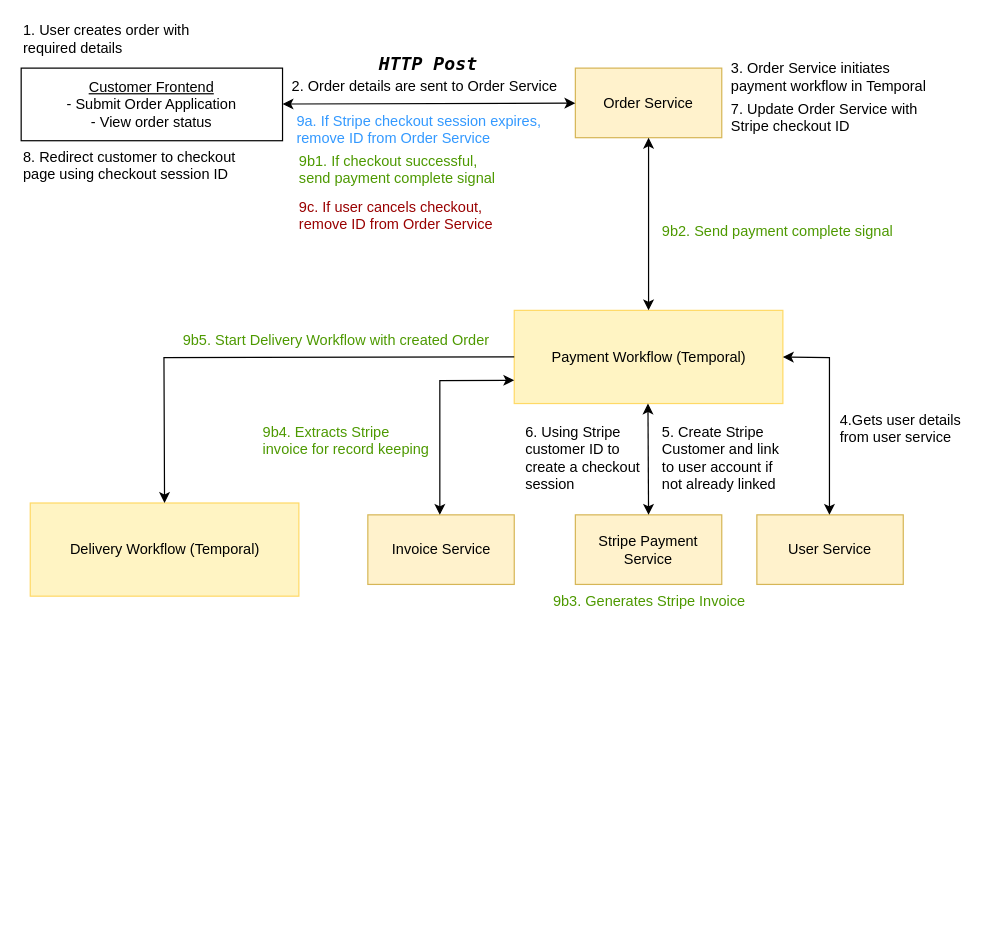
Above: page "Page-1" (1 of 2) of diagrams/Scenario1.drawio in darkliyznyanlin910/esd-2425T2 (draw.io), before the change. Source tidied: cells renumbered, new cells numbered last; positions are measured from the earlier drawing's top-left corner, leaving out a move shared by most shapes. Both pictures are drawn from the tidied source at 121%, with x=0, y=0 at pixel (21, 21).
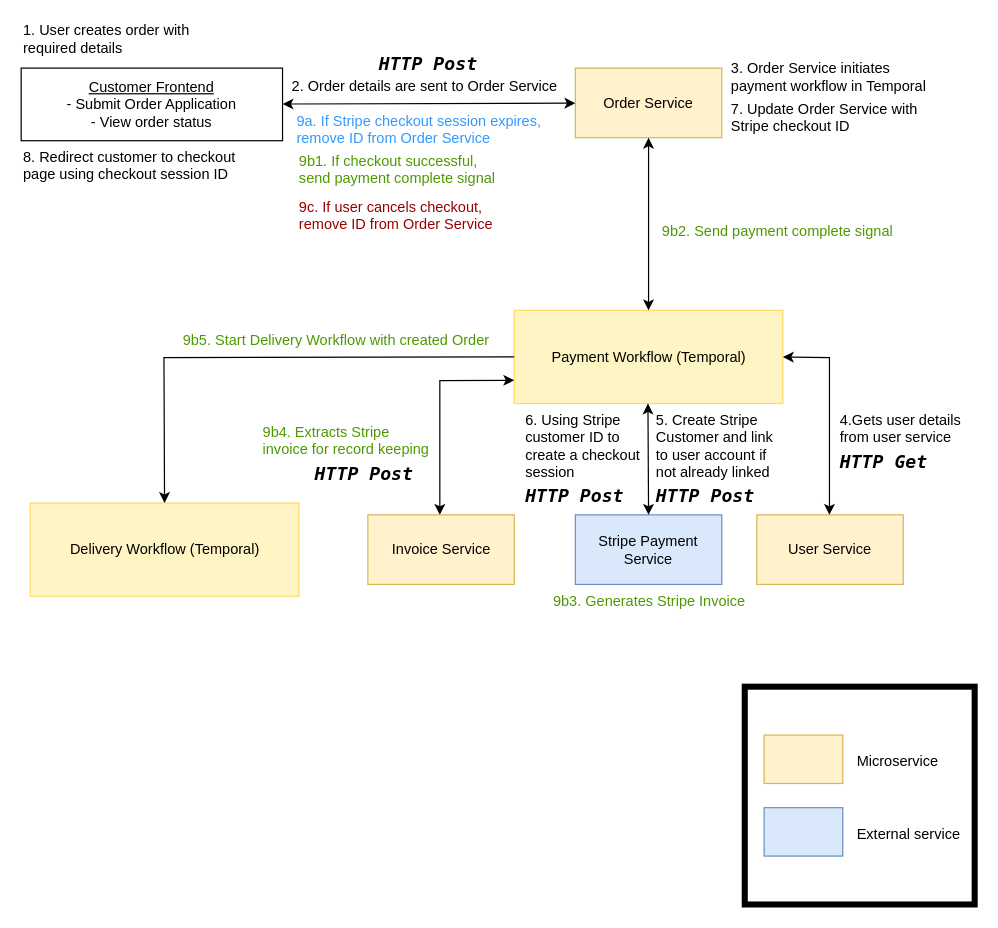
After the change.

Commit message (it also covers changes not shown here):
updated all scenarios with HTTP requests

What changed in the source:
```diff
@@
-    <mxCell id="13" value="Stripe Payment&lt;br&gt;Service" style="rounded=0;whiteSpace=wrap;html=1;fillColor=#fff2cc;strokeColor=#d6b656;" parent="1" vertex="1">
+    <mxCell id="13" value="Stripe Payment&lt;br&gt;Service" style="rounded=0;whiteSpace=wrap;html=1;fillColor=#dae8fc;strokeColor=#6c8ebf;" parent="1" vertex="1">
       <mxGeometry x="458" y="408" width="121" height="57.5" as="geometry" />
     </mxCell>
@@
     <mxCell id="15" value="6. Using Stripe customer ID to create a checkout session" style="text;whiteSpace=wrap;align=left;" parent="1" vertex="1">
-      <mxGeometry x="415" y="326" width="113" height="72" as="geometry" />
+      <mxGeometry x="415" y="316" width="113" height="72" as="geometry" />
     </mxCell>
     <mxCell id="16" value="5. Create Stripe&#10;Customer and link&#10;to user account if not already linked" style="text;whiteSpace=wrap;align=left;" parent="1" vertex="1">
-      <mxGeometry x="528" y="326" width="113" height="72" as="geometry" />
+      <mxGeometry x="523" y="316" width="113" height="72" as="geometry" />
     </mxCell>
@@
+    <mxCell id="31" value="&lt;h5&gt;&lt;font style=&quot;font-size: 15px;&quot; face=&quot;Lucida Console&quot;&gt;&lt;i&gt;HTTP Post&lt;/i&gt;&lt;/font&gt;&lt;/h5&gt;" style="text;html=1;align=left;verticalAlign=middle;whiteSpace=wrap;rounded=0;" parent="1" vertex="1">
+      <mxGeometry x="523" y="378" width="100" height="28" as="geometry" />
+    </mxCell>
+    <mxCell id="32" value="&lt;h5&gt;&lt;font style=&quot;font-size: 15px;&quot; face=&quot;Lucida Console&quot;&gt;&lt;i&gt;HTTP Get&lt;/i&gt;&lt;/font&gt;&lt;/h5&gt;" style="text;html=1;align=left;verticalAlign=middle;whiteSpace=wrap;rounded=0;" parent="1" vertex="1">
+      <mxGeometry x="675" y="350" width="100" height="28" as="geometry" />
+    </mxCell>
+    <mxCell id="33" value="&lt;h5&gt;&lt;font style=&quot;font-size: 15px;&quot; face=&quot;Lucida Console&quot;&gt;&lt;i&gt;HTTP Post&lt;/i&gt;&lt;/font&gt;&lt;/h5&gt;" style="text;html=1;align=left;verticalAlign=middle;whiteSpace=wrap;rounded=0;" parent="1" vertex="1">
+      <mxGeometry x="415" y="378" width="100" height="28" as="geometry" />
+    </mxCell>
+    <mxCell id="34" value="&lt;h5&gt;&lt;font style=&quot;font-size: 15px;&quot; face=&quot;Lucida Console&quot;&gt;&lt;i&gt;HTTP Post&lt;/i&gt;&lt;/font&gt;&lt;/h5&gt;" style="text;html=1;align=left;verticalAlign=middle;whiteSpace=wrap;rounded=0;" parent="1" vertex="1">
+      <mxGeometry x="240.5" y="360" width="100" height="28" as="geometry" />
+    </mxCell>
+    <mxCell id="35" style="rounded=0;whiteSpace=wrap;html=1;strokeWidth=5;perimeterSpacing=6;" parent="1" vertex="1">
+      <mxGeometry x="598" y="550" width="190" height="180" as="geometry" />
+    </mxCell>
+    <mxCell id="36" style="rounded=0;whiteSpace=wrap;html=1;fillColor=#fff2cc;strokeColor=#d6b656;" parent="1" vertex="1">
+      <mxGeometry x="614" y="590" width="65" height="40" as="geometry" />
+    </mxCell>
+    <mxCell id="37" value="Microservice" style="text;whiteSpace=wrap;align=left;fontColor=#000000;labelBackgroundColor=none;" parent="1" vertex="1">
+      <mxGeometry x="688.5" y="597.8" width="73" height="24.5" as="geometry" />
+    </mxCell>
+    <mxCell id="38" style="rounded=0;whiteSpace=wrap;html=1;fillColor=#dae8fc;strokeColor=#6c8ebf;" parent="1" vertex="1">
+      <mxGeometry x="614" y="650" width="65" height="40" as="geometry" />
+    </mxCell>
+    <mxCell id="39" value="External service" style="text;whiteSpace=wrap;align=left;fontColor=#000000;labelBackgroundColor=none;" parent="1" vertex="1">
+      <mxGeometry x="688.5" y="657.8" width="97" height="24.5" as="geometry" />
+    </mxCell>
```
